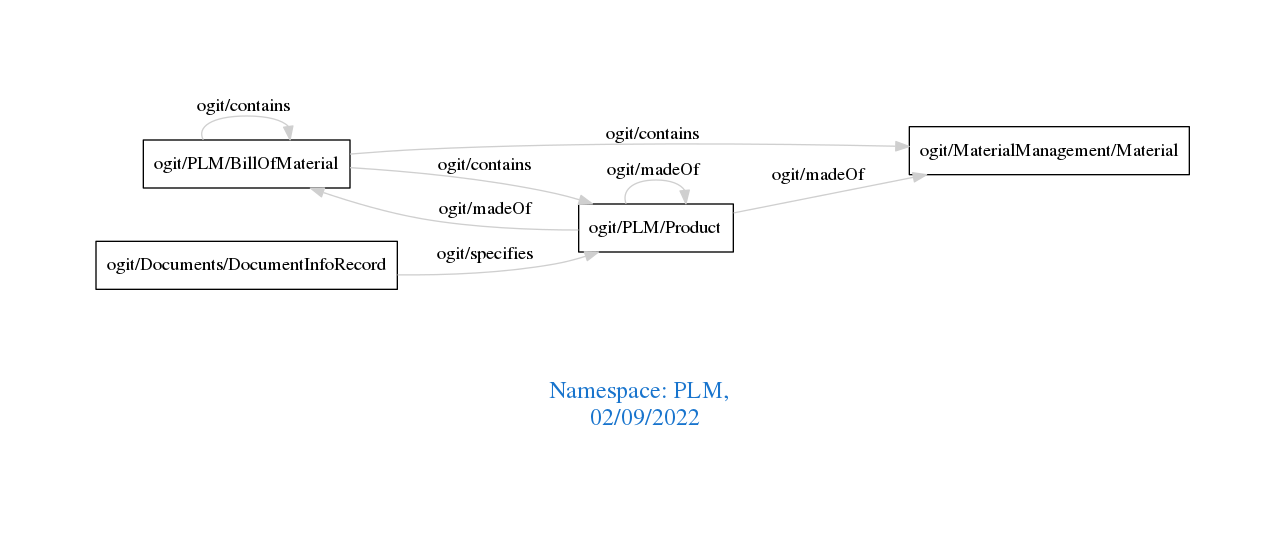
Above: downloads/PLM.png in arago/OGIT (Graphviz), before the change. Its source is kept beside it as downloads/PLM.dot.
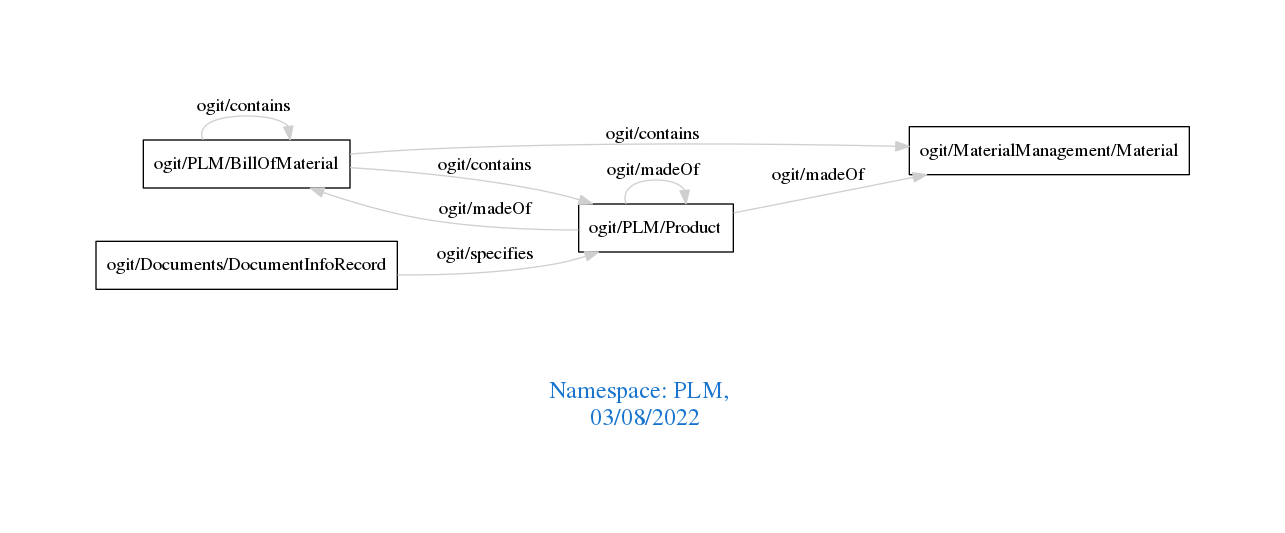
Above is the later version.

The edit, as a diff of the source:
```diff
@@ -1,7 +1,7 @@
 digraph OGIT_ontology {
  graph [ rankdir= LR,pad=1
 fontsize = 18,
-fontcolor= dodgerblue3,label = "\n\n\nNamespace: PLM, \n 02/09/2022"];
+fontcolor= dodgerblue3,label = "\n\n\nNamespace: PLM, \n 03/08/2022"];
 node[shape=polygon];
 edge [  color="gray81"];
 
```
